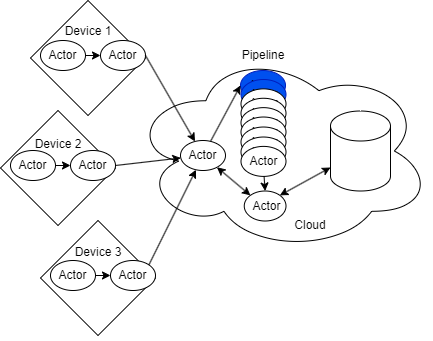
Before: images/iotActorExample1.png, a diagram exported from draw.io (thebaconfate/bachelorproef-report). Source tidied: cells renumbered, new cells last; positions are measured from the earlier drawing's top-left corner, leaving out a move shared by most shapes.
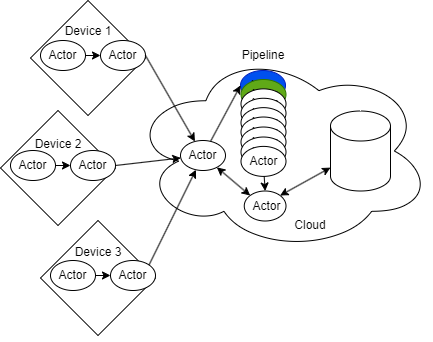
The same file after the commit.

What changed in the source:
```diff
@@ -56,7 +56,7 @@
     <mxCell id="19" style="group;" parent="1" vertex="1">
       <mxGeometry x="240.5" y="79" width="45" height="96.9" as="geometry" />
     </mxCell>
-    <mxCell id="20" style="ellipse;whiteSpace=wrap;html=1;fillColor=#0050ef;fontColor=#ffffff;strokeColor=#001DBC;" parent="19" vertex="1">
+    <mxCell id="20" style="ellipse;whiteSpace=wrap;html=1;fillColor=#60a917;fontColor=#ffffff;strokeColor=#2D7600;" parent="19" vertex="1">
       <mxGeometry width="45" height="30" as="geometry" />
     </mxCell>
     <mxCell id="21" value="Actor" style="text;html=1;strokeColor=none;fillColor=none;align=center;verticalAlign=middle;whiteSpace=wrap;rounded=0;" parent="19" vertex="1">
```
